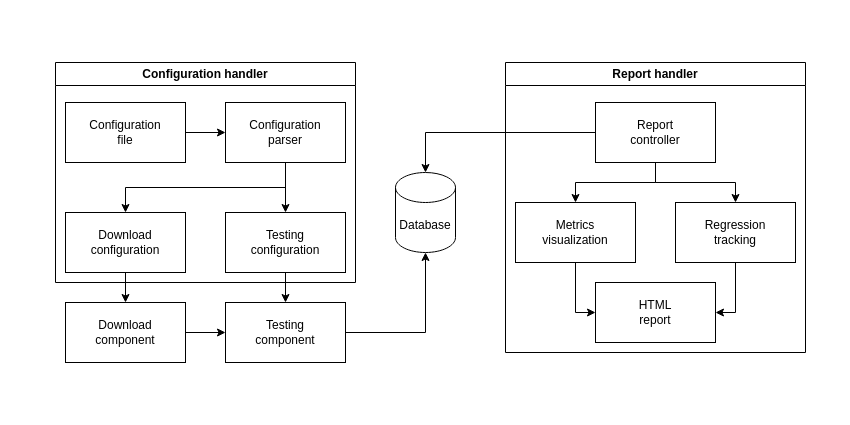
This is SystemDesign/Diagrams/Components.drawio from ponik73/MasterThesis, a draw.io file, before an edit. Source tidied: cells renumbered, new cells numbered last; positions are measured from the earlier drawing's top-left corner, leaving out a move shared by most shapes. Both pictures are drawn from the tidied source at 100%, with x=0, y=0 at pixel (55, 62).
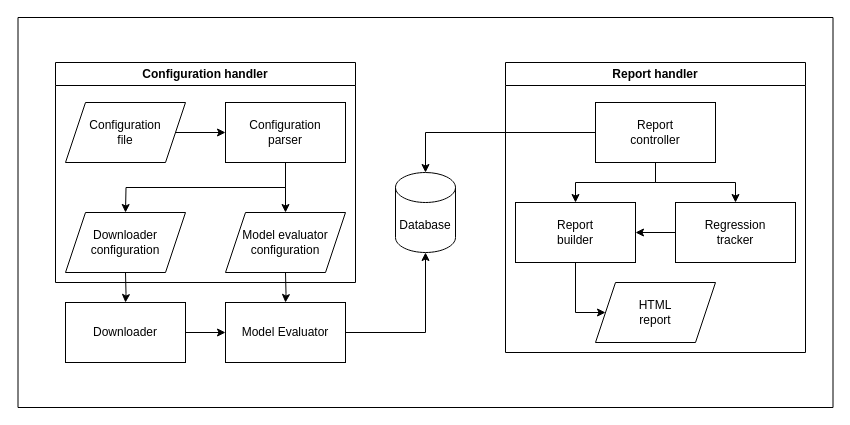
The same diagram, later.

The change refers to these unchanged cells:
```xml
<mxCell id="6" value="Database" style="shape=cylinder3;whiteSpace=wrap;html=1;boundedLbl=1;backgroundOutline=1;size=15;" parent="1" vertex="1">
  <mxGeometry x="340" y="110" width="60" height="80" as="geometry" />
</mxCell>
<mxCell id="7" value="Configuration handler" style="swimlane;whiteSpace=wrap;html=1;" parent="1" vertex="1">
  <mxGeometry width="300" height="220" as="geometry" />
</mxCell>
<mxCell id="12" value="Configuration&lt;div&gt;parser&lt;/div&gt;" style="rounded=0;whiteSpace=wrap;html=1;" parent="7" vertex="1">
  <mxGeometry x="170" y="40" width="120" height="60" as="geometry" />
</mxCell>
<mxCell id="17" value="Report handler" style="swimlane;whiteSpace=wrap;html=1;" parent="1" vertex="1">
  <mxGeometry x="450" width="300" height="290" as="geometry" />
</mxCell>
<mxCell id="20" value="Report&lt;div&gt;controller&lt;/div&gt;" style="rounded=0;whiteSpace=wrap;html=1;" parent="17" vertex="1">
  <mxGeometry x="90" y="40" width="120" height="60" as="geometry" />
</mxCell>
```

What changed in the source:
```diff
@@
-    <mxCell id="3" value="Download&lt;div&gt;component&lt;/div&gt;" style="rounded=0;whiteSpace=wrap;html=1;" parent="1" vertex="1">
+    <mxCell id="3" value="Downloader" style="rounded=0;whiteSpace=wrap;html=1;" parent="1" vertex="1">
       <mxGeometry x="10" y="240" width="120" height="60" as="geometry" />
     </mxCell>
@@
-    <mxCell id="5" value="Testing&lt;div&gt;component&lt;/div&gt;" style="rounded=0;whiteSpace=wrap;html=1;" parent="1" vertex="1">
+    <mxCell id="5" value="Model Evaluator" style="rounded=0;whiteSpace=wrap;html=1;" parent="1" vertex="1">
       <mxGeometry x="170" y="240" width="120" height="60" as="geometry" />
     </mxCell>
@@
-    <mxCell id="9" value="Configuration&lt;div&gt;file&lt;/div&gt;" style="rounded=0;whiteSpace=wrap;html=1;" parent="7" vertex="1">
-      <mxGeometry x="10" y="40" width="120" height="60" as="geometry" />
-    </mxCell>
-    <mxCell id="10" style="edgeStyle=orthogonalEdgeStyle;rounded=0;jettySize=auto;html=1;" parent="7" edge="1" source="12" target="14">
-      <mxGeometry relative="1" as="geometry" />
+    <mxCell id="10" style="edgeStyle=orthogonalEdgeStyle;rounded=0;jettySize=auto;html=1;" parent="7" edge="1" source="12">
+      <mxGeometry relative="1" as="geometry">
+        <mxPoint x="230" y="150" as="targetPoint" />
+      </mxGeometry>
     </mxCell>
-    <mxCell id="11" style="edgeStyle=orthogonalEdgeStyle;rounded=0;jettySize=auto;html=1;exitX=0.5;exitY=1;exitDx=0;exitDy=0;" parent="7" edge="1" source="12" target="13">
-      <mxGeometry relative="1" as="geometry" />
+    <mxCell id="11" style="edgeStyle=orthogonalEdgeStyle;rounded=0;jettySize=auto;html=1;exitX=0.5;exitY=1;exitDx=0;exitDy=0;" parent="7" edge="1" source="12">
+      <mxGeometry relative="1" as="geometry">
+        <mxPoint x="70" y="150" as="targetPoint" />
+      </mxGeometry>
     </mxCell>
@@
-    <mxCell id="13" value="Download&lt;div&gt;configuration&lt;/div&gt;" style="rounded=0;whiteSpace=wrap;html=1;" parent="7" vertex="1">
-      <mxGeometry x="10" y="150" width="120" height="60" as="geometry" />
-    </mxCell>
-    <mxCell id="14" value="Testing&lt;div&gt;configuration&lt;/div&gt;" style="rounded=0;whiteSpace=wrap;html=1;" parent="7" vertex="1">
-      <mxGeometry x="170" y="150" width="120" height="60" as="geometry" />
-    </mxCell>
+    <mxCell id="9" value="Configuration&lt;div&gt;file&lt;/div&gt;" style="shape=parallelogram;perimeter=parallelogramPerimeter;whiteSpace=wrap;html=1;fixedSize=1;" parent="7" vertex="1">
+      <mxGeometry x="10" y="40" width="120" height="60" as="geometry" />
+    </mxCell>
+    <mxCell id="27" value="Downloader&lt;div&gt;configuration&lt;/div&gt;" style="shape=parallelogram;perimeter=parallelogramPerimeter;whiteSpace=wrap;html=1;fixedSize=1;" parent="7" vertex="1">
+      <mxGeometry x="10" y="150" width="120" height="60" as="geometry" />
+    </mxCell>
+    <mxCell id="28" value="Model evaluator&lt;div&gt;configuration&lt;/div&gt;" style="shape=parallelogram;perimeter=parallelogramPerimeter;whiteSpace=wrap;html=1;fixedSize=1;" parent="7" vertex="1">
+      <mxGeometry x="170" y="150" width="120" height="60" as="geometry" />
+    </mxCell>
-    <mxCell id="15" style="edgeStyle=orthogonalEdgeStyle;rounded=0;jettySize=auto;html=1;exitX=0.5;exitY=1;exitDx=0;exitDy=0;" parent="1" edge="1" source="13" target="3">
-      <mxGeometry relative="1" as="geometry" />
+    <mxCell id="15" style="edgeStyle=orthogonalEdgeStyle;rounded=0;jettySize=auto;html=1;exitX=0.5;exitY=1;exitDx=0;exitDy=0;" parent="1" edge="1" target="3">
+      <mxGeometry relative="1" as="geometry">
+        <mxPoint x="70" y="210" as="sourcePoint" />
+      </mxGeometry>
     </mxCell>
-    <mxCell id="16" style="edgeStyle=orthogonalEdgeStyle;rounded=0;jettySize=auto;html=1;exitX=0.5;exitY=1;exitDx=0;exitDy=0;" parent="1" edge="1" source="14" target="5">
-      <mxGeometry relative="1" as="geometry" />
+    <mxCell id="16" style="edgeStyle=orthogonalEdgeStyle;rounded=0;jettySize=auto;html=1;exitX=0.5;exitY=1;exitDx=0;exitDy=0;" parent="1" edge="1" target="5">
+      <mxGeometry relative="1" as="geometry">
+        <mxPoint x="230" y="210" as="sourcePoint" />
+      </mxGeometry>
     </mxCell>
@@
+    <mxCell id="22" value="Report&lt;div&gt;builder&lt;/div&gt;" style="rounded=0;whiteSpace=wrap;html=1;" parent="17" vertex="1">
+      <mxGeometry x="10" y="140" width="120" height="60" as="geometry" />
+    </mxCell>
+    <mxCell id="29" style="edgeStyle=orthogonalEdgeStyle;rounded=0;jettySize=auto;html=1;" parent="17" edge="1" source="24" target="22">
+      <mxGeometry relative="1" as="geometry" />
+    </mxCell>
+    <mxCell id="24" value="Regression&lt;div&gt;tracker&lt;/div&gt;" style="rounded=0;whiteSpace=wrap;html=1;" parent="17" vertex="1">
+      <mxGeometry x="170" y="140" width="120" height="60" as="geometry" />
+    </mxCell>
+    <mxCell id="26" style="edgeStyle=orthogonalEdgeStyle;rounded=0;jettySize=auto;html=1;exitX=0;exitY=0.5;exitDx=0;exitDy=0;" parent="1" edge="1" source="20" target="6">
+      <mxGeometry relative="1" as="geometry" />
+    </mxCell>
+    <mxCell id="30" style="swimlane;startSize=0;" parent="1" vertex="1">
+      <mxGeometry x="-37.5" y="-45" width="815" height="390" as="geometry" />
+    </mxCell>
+    <mxCell id="25" value="HTML&lt;div&gt;report&lt;/div&gt;" style="shape=parallelogram;perimeter=parallelogramPerimeter;whiteSpace=wrap;html=1;fixedSize=1;" parent="30" vertex="1">
+      <mxGeometry x="577.5" y="265" width="120" height="60" as="geometry" />
+    </mxCell>
-    <mxCell id="21" style="edgeStyle=orthogonalEdgeStyle;rounded=0;jettySize=auto;html=1;exitX=0.5;exitY=1;exitDx=0;exitDy=0;entryX=0;entryY=0.5;entryDx=0;entryDy=0;" parent="17" edge="1" source="22" target="25">
-      <mxGeometry relative="1" as="geometry" />
+    <mxCell id="21" style="edgeStyle=orthogonalEdgeStyle;rounded=0;jettySize=auto;html=1;exitX=0.5;exitY=1;exitDx=0;exitDy=0;entryX=0;entryY=0.5;entryDx=0;entryDy=0;" parent="1" edge="1" source="22" target="25">
+      <mxGeometry relative="1" as="geometry">
+        <Array as="points">
+          <mxPoint x="520" y="250" />
+        </Array>
+      </mxGeometry>
     </mxCell>
-    <mxCell id="22" value="Metrics&lt;div&gt;visualization&lt;/div&gt;" style="rounded=0;whiteSpace=wrap;html=1;" parent="17" vertex="1">
-      <mxGeometry x="10" y="140" width="120" height="60" as="geometry" />
-    </mxCell>
-    <mxCell id="23" style="edgeStyle=orthogonalEdgeStyle;rounded=0;jettySize=auto;html=1;entryX=1;entryY=0.5;entryDx=0;entryDy=0;" parent="17" edge="1" source="24" target="25">
-      <mxGeometry relative="1" as="geometry" />
-    </mxCell>
-    <mxCell id="24" value="Regression&lt;div&gt;tracking&lt;/div&gt;" style="rounded=0;whiteSpace=wrap;html=1;" parent="17" vertex="1">
-      <mxGeometry x="170" y="140" width="120" height="60" as="geometry" />
-    </mxCell>
-    <mxCell id="25" value="HTML&lt;div&gt;report&lt;/div&gt;" style="rounded=0;whiteSpace=wrap;html=1;" parent="17" vertex="1">
-      <mxGeometry x="90" y="220" width="120" height="60" as="geometry" />
-    </mxCell>
-    <mxCell id="26" style="edgeStyle=orthogonalEdgeStyle;rounded=0;jettySize=auto;html=1;exitX=0;exitY=0.5;exitDx=0;exitDy=0;" parent="1" edge="1" source="20" target="6">
-      <mxGeometry relative="1" as="geometry" />
-    </mxCell>
```
